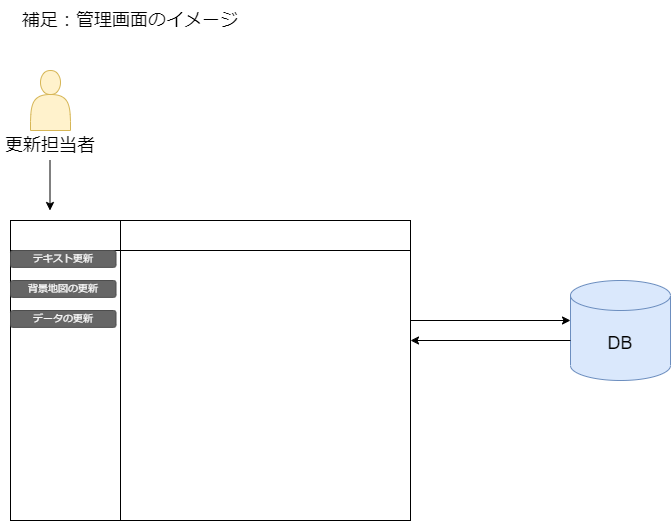
Earlier version of the draw.io export 補足.drawio.png (buyodo/webgis-doc). Source tidied: cells renumbered, new cells last; positions are measured from the earlier drawing's top-left corner, leaving out a move shared by most shapes.
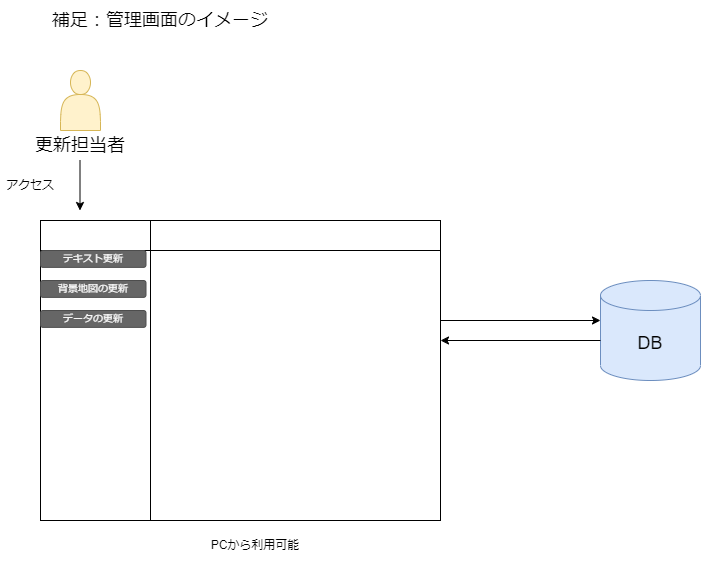
The same diagram one commit later.

Commit message:
補足.drawio.png を更新します

Change to the diagram source:
```diff
@@ -42,5 +42,11 @@
     <mxCell id="12" value="データの更新" style="rounded=1;html=1;shadow=0;dashed=0;whiteSpace=wrap;fontSize=10;fillColor=#666666;align=center;strokeColor=#4D4D4D;fontColor=#ffffff;" parent="1" vertex="1">
       <mxGeometry x="10" y="310" width="105.5" height="16.9" as="geometry" />
     </mxCell>
+    <mxCell id="13" value="アクセス" style="text;html=1;strokeColor=none;fillColor=none;align=center;verticalAlign=middle;whiteSpace=wrap;rounded=0;fontSize=12;" parent="1" vertex="1">
+      <mxGeometry x="-30" y="170" width="60" height="30" as="geometry" />
+    </mxCell>
+    <mxCell id="14" value="PCから利用可能" style="text;html=1;strokeColor=none;fillColor=none;align=center;verticalAlign=middle;whiteSpace=wrap;rounded=0;fontSize=12;" parent="1" vertex="1">
+      <mxGeometry x="150" y="530" width="150" height="30" as="geometry" />
+    </mxCell>
   </root>
 </mxGraphModel>
```
